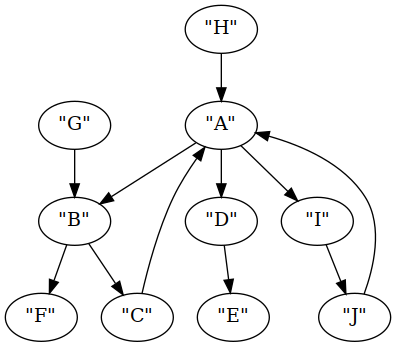
This is example_code/original_graph.png from robert-at-pretension-io/Totally-Not-Skynet, a Graphviz export, as it was before one commit. Its source is kept beside it as example_code/original_graph.dot. The source it was exported from:
```dot
digraph {
    0 [ label = "\"A\"" ]
    1 [ label = "\"B\"" ]
    2 [ label = "\"C\"" ]
    3 [ label = "\"D\"" ]
    4 [ label = "\"E\"" ]
    5 [ label = "\"F\"" ]
    6 [ label = "\"G\"" ]
    7 [ label = "\"H\"" ]
    8 [ label = "\"I\"" ]
    9 [ label = "\"J\"" ]
    0 -> 1 [ ]
    1 -> 2 [ ]
    1 -> 5 [ ]
    6 -> 1 [ ]
    2 -> 0 [ ]
    0 -> 3 [ ]
    3 -> 4 [ ]
    7 -> 0 [ ]
    0 -> 8 [ ]
    8 -> 9 [ ]
    9 -> 0 [ ]
}
```
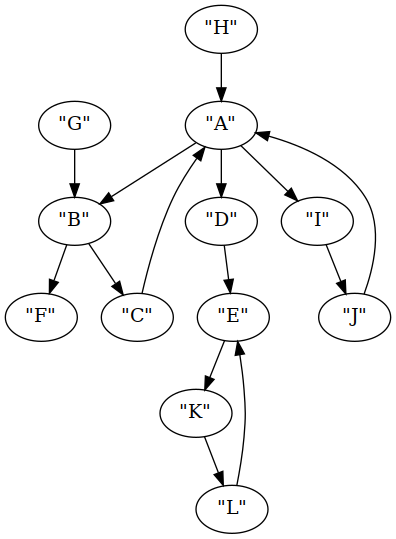
After the commit.

The edit, as a diff of the source:
```diff
@@ -9,6 +9,8 @@
     7 [ label = "\"H\"" ]
     8 [ label = "\"I\"" ]
     9 [ label = "\"J\"" ]
+    10 [ label = "\"K\"" ]
+    11 [ label = "\"L\"" ]
     0 -> 1 [ ]
     1 -> 2 [ ]
     1 -> 5 [ ]
@@ -20,4 +22,7 @@
     0 -> 8 [ ]
     8 -> 9 [ ]
     9 -> 0 [ ]
+    4 -> 10 [ ]
+    10 -> 11 [ ]
+    11 -> 4 [ ]
 }
```
